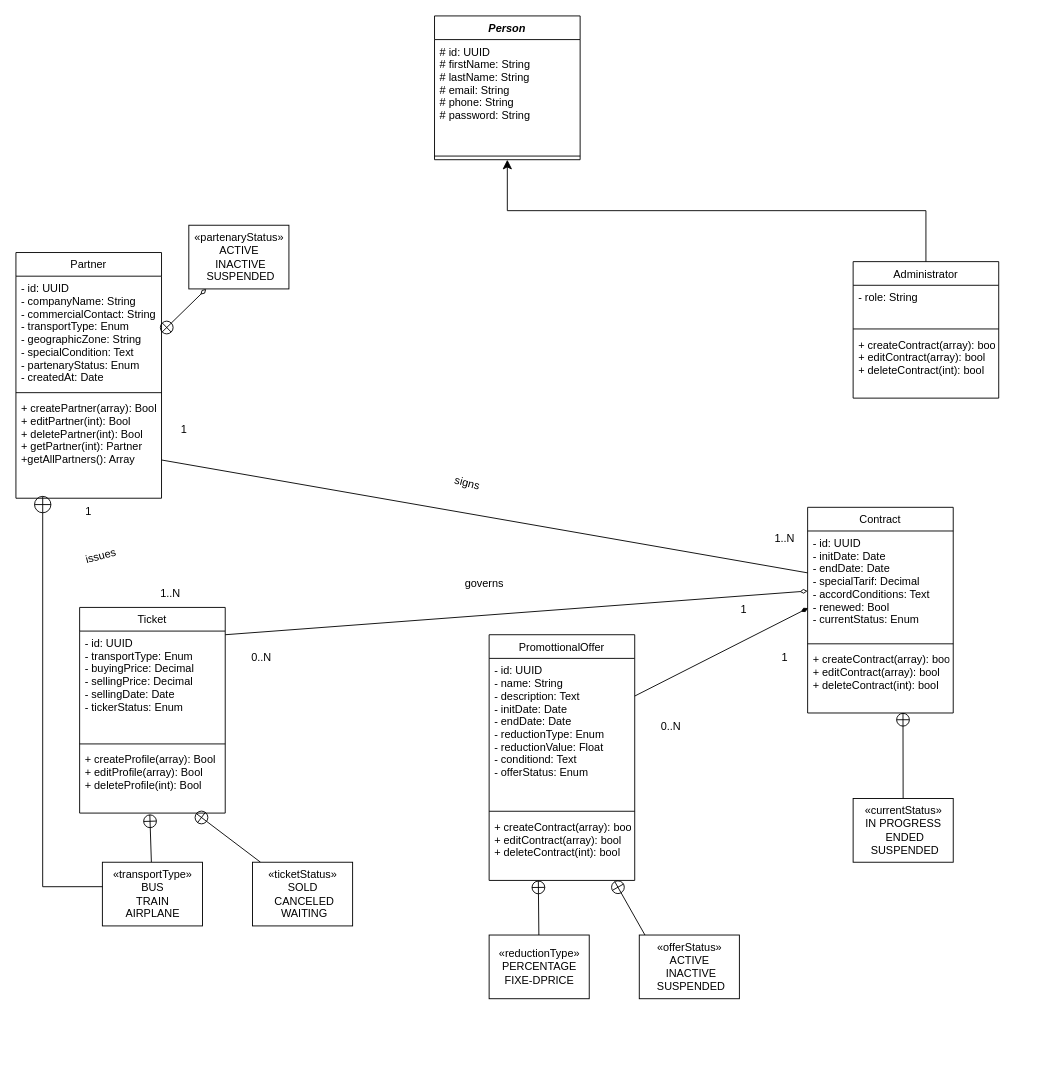
Before: UML/Class.dio in LoussalMohammed/TransportTicket_LoussalMohammed, a draw.io diagram. Source tidied: cells renumbered, new cells numbered last; positions are measured from the earlier drawing's top-left corner, leaving out a move shared by most shapes. Both pictures are drawn from the tidied source at 91%, with x=0, y=0 at pixel (15, 15).
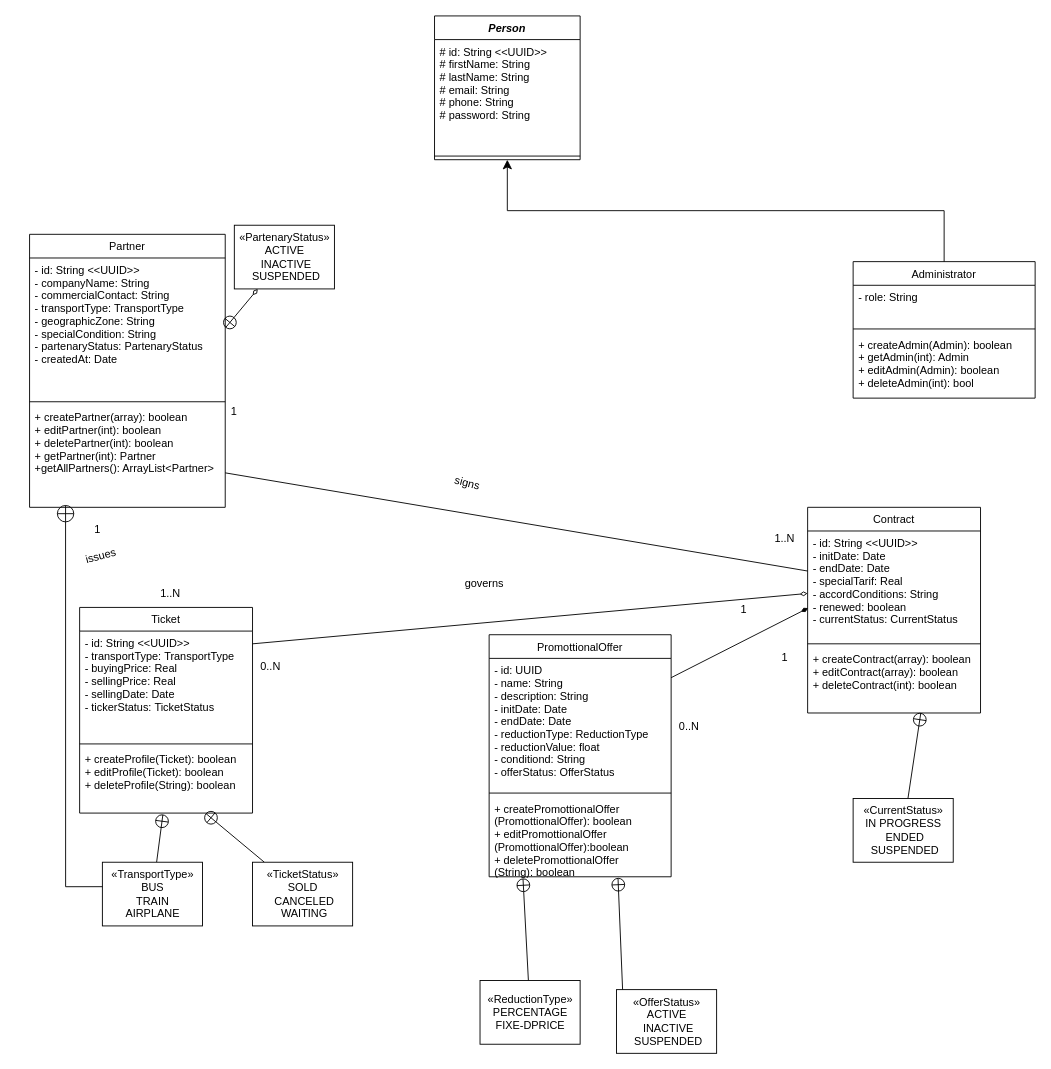
Above is the later version.

The change refers to these unchanged cells:
```xml
<mxCell id="2" value="Person" style="swimlane;fontStyle=3;align=center;verticalAlign=top;horizontal=1;startSize=26;" parent="1" vertex="1">
  <mxGeometry x="460" width="160" height="158" as="geometry" />
</mxCell>
```

Diff of the diagram source:
```diff
@@
-    <mxCell id="3" value="# id: UUID&#10;# firstName: String&#10;# lastName: String&#10;# email: String&#10;# phone: String&#10;# password: String" style="text;strokeColor=none;fillColor=none;align=left;verticalAlign=top;spacingLeft=4;spacingRight=4;overflow=hidden;" parent="2" vertex="1">
+    <mxCell id="3" value="# id: String &lt;&lt;UUID&gt;&gt;&#10;# firstName: String&#10;# lastName: String&#10;# email: String&#10;# phone: String&#10;# password: String" style="text;strokeColor=none;fillColor=none;align=left;verticalAlign=top;spacingLeft=4;spacingRight=4;overflow=hidden;" parent="2" vertex="1">
       <mxGeometry y="26" width="160" height="124" as="geometry" />
     </mxCell>
@@
     <mxCell id="5" value="Partner" style="swimlane;fontStyle=0;align=center;verticalAlign=top;horizontal=1;startSize=26;" parent="1" vertex="1">
-      <mxGeometry y="260" width="160" height="270" as="geometry" />
+      <mxGeometry x="15" y="240" width="215" height="300" as="geometry" />
     </mxCell>
-    <mxCell id="6" value="- id: UUID&#10;- companyName: String&#10;- commercialContact: String&#10;- transportType: Enum&#10;- geographicZone: String&#10;- specialCondition: Text&#10;- partenaryStatus: Enum&#10;- createdAt: Date" style="text;strokeColor=none;fillColor=none;align=left;verticalAlign=top;spacingLeft=4;spacingRight=4;overflow=hidden;points=[[0,0.5],[1,0.5]];portConstraint=eastwest;" parent="5" vertex="1">
-      <mxGeometry y="26" width="160" height="124" as="geometry" />
+    <mxCell id="6" value="- id: String &lt;&lt;UUID&gt;&gt;&#10;- companyName: String&#10;- commercialContact: String&#10;- transportType: TransportType&#10;- geographicZone: String&#10;- specialCondition: String&#10;- partenaryStatus: PartenaryStatus&#10;- createdAt: Date" style="text;strokeColor=none;fillColor=none;align=left;verticalAlign=top;spacingLeft=4;spacingRight=4;overflow=hidden;points=[[0,0.5],[1,0.5]];portConstraint=eastwest;" parent="5" vertex="1">
+      <mxGeometry y="26" width="215" height="154" as="geometry" />
     </mxCell>
     <mxCell id="7" style="line;strokeWidth=1;fillColor=none;align=left;verticalAlign=middle;spacingTop=-1;spacingLeft=3;spacingRight=3;labelPosition=right;strokeColor=inherit;" parent="5" vertex="1">
-      <mxGeometry y="150" width="160" height="8" as="geometry" />
+      <mxGeometry y="180" width="215" height="8" as="geometry" />
     </mxCell>
-    <mxCell id="8" value="+ createPartner(array): Bool&#10;+ editPartner(int): Bool&#10;+ deletePartner(int): Bool&#10;+ getPartner(int): Partner&#10;+getAllPartners(): Array" style="text;strokeColor=none;fillColor=none;align=left;verticalAlign=top;spacingLeft=4;spacingRight=4;overflow=hidden;points=[[0,0.5],[1,0.5]];portConstraint=eastwest;" parent="5" vertex="1">
-      <mxGeometry y="158" width="160" height="112" as="geometry" />
+    <mxCell id="8" value="+ createPartner(array): boolean&#10;+ editPartner(int): boolean&#10;+ deletePartner(int): boolean&#10;+ getPartner(int): Partner&#10;+getAllPartners(): ArrayList&lt;Partner&gt;" style="text;strokeColor=none;fillColor=none;align=left;verticalAlign=top;spacingLeft=4;spacingRight=4;overflow=hidden;points=[[0,0.5],[1,0.5]];portConstraint=eastwest;" parent="5" vertex="1">
+      <mxGeometry y="188" width="215" height="112" as="geometry" />
     </mxCell>
     <mxCell id="9" value="Ticket" style="swimlane;fontStyle=0;align=center;verticalAlign=top;horizontal=1;startSize=26;" parent="1" vertex="1">
-      <mxGeometry x="70" y="650" width="160" height="226" as="geometry" />
+      <mxGeometry x="70" y="650" width="190" height="226" as="geometry" />
     </mxCell>
-    <mxCell id="10" value="- id: UUID&#10;- transportType: Enum&#10;- buyingPrice: Decimal&#10;- sellingPrice: Decimal&#10;- sellingDate: Date&#10;- tickerStatus: Enum" style="text;strokeColor=none;fillColor=none;align=left;verticalAlign=top;spacingLeft=4;spacingRight=4;overflow=hidden;" parent="9" vertex="1">
-      <mxGeometry y="26" width="160" height="120" as="geometry" />
+    <mxCell id="10" value="- id: String &lt;&lt;UUID&gt;&gt;&#10;- transportType: TransportType&#10;- buyingPrice: Real&#10;- sellingPrice: Real&#10;- sellingDate: Date&#10;- tickerStatus: TicketStatus" style="text;strokeColor=none;fillColor=none;align=left;verticalAlign=top;spacingLeft=4;spacingRight=4;overflow=hidden;" parent="9" vertex="1">
+      <mxGeometry y="26" width="190" height="120" as="geometry" />
     </mxCell>
     <mxCell id="11" style="line;strokeWidth=1;fillColor=none;align=left;verticalAlign=middle;spacingTop=-1;spacingLeft=3;spacingRight=3;labelPosition=right;strokeColor=inherit;" parent="9" vertex="1">
-      <mxGeometry y="146" width="160" height="8" as="geometry" />
+      <mxGeometry y="146" width="190" height="8" as="geometry" />
     </mxCell>
-    <mxCell id="12" value="+ createProfile(array): Bool&#10;+ editProfile(array): Bool&#10;+ deleteProfile(int): Bool&#10;" style="text;strokeColor=none;fillColor=none;align=left;verticalAlign=top;spacingLeft=4;spacingRight=4;overflow=hidden;points=[[0,0.5],[1,0.5]];portConstraint=eastwest;" parent="9" vertex="1">
-      <mxGeometry y="154" width="160" height="72" as="geometry" />
+    <mxCell id="12" value="+ createProfile(Ticket): boolean&#10;+ editProfile(Ticket): boolean&#10;+ deleteProfile(String): boolean&#10;" style="text;strokeColor=none;fillColor=none;align=left;verticalAlign=top;spacingLeft=4;spacingRight=4;overflow=hidden;points=[[0,0.5],[1,0.5]];portConstraint=eastwest;" parent="9" vertex="1">
+      <mxGeometry y="154" width="190" height="72" as="geometry" />
     </mxCell>
     <mxCell id="13" value="Contract" style="swimlane;fontStyle=0;align=center;verticalAlign=top;horizontal=1;startSize=26;" parent="1" vertex="1">
-      <mxGeometry x="870" y="540" width="160" height="226" as="geometry" />
+      <mxGeometry x="870" y="540" width="190" height="226" as="geometry" />
     </mxCell>
-    <mxCell id="14" value="- id: UUID&#10;- initDate: Date&#10;- endDate: Date&#10;- specialTarif: Decimal&#10;- accordConditions: Text&#10;- renewed: Bool&#10;- currentStatus: Enum" style="text;strokeColor=none;fillColor=none;align=left;verticalAlign=top;spacingLeft=4;spacingRight=4;overflow=hidden;points=[[0,0.5],[1,0.5]];portConstraint=eastwest;" parent="13" vertex="1">
-      <mxGeometry y="26" width="160" height="120" as="geometry" />
+    <mxCell id="14" value="- id: String &lt;&lt;UUID&gt;&gt;&#10;- initDate: Date&#10;- endDate: Date&#10;- specialTarif: Real&#10;- accordConditions: String&#10;- renewed: boolean&#10;- currentStatus: CurrentStatus" style="text;strokeColor=none;fillColor=none;align=left;verticalAlign=top;spacingLeft=4;spacingRight=4;overflow=hidden;points=[[0,0.5],[1,0.5]];portConstraint=eastwest;" parent="13" vertex="1">
+      <mxGeometry y="26" width="190" height="120" as="geometry" />
     </mxCell>
     <mxCell id="15" style="line;strokeWidth=1;fillColor=none;align=left;verticalAlign=middle;spacingTop=-1;spacingLeft=3;spacingRight=3;labelPosition=right;strokeColor=inherit;" parent="13" vertex="1">
-      <mxGeometry y="146" width="160" height="8" as="geometry" />
+      <mxGeometry y="146" width="190" height="8" as="geometry" />
     </mxCell>
-    <mxCell id="16" value="+ createContract(array): bool&#10;+ editContract(array): bool&#10;+ deleteContract(int): bool&#10;" style="text;strokeColor=none;fillColor=none;align=left;verticalAlign=top;spacingLeft=4;spacingRight=4;overflow=hidden;points=[[0,0.5],[1,0.5]];portConstraint=eastwest;" parent="13" vertex="1">
-      <mxGeometry y="154" width="160" height="72" as="geometry" />
+    <mxCell id="16" value="+ createContract(array): boolean&#10;+ editContract(array): boolean&#10;+ deleteContract(int): boolean&#10;" style="text;strokeColor=none;fillColor=none;align=left;verticalAlign=top;spacingLeft=4;spacingRight=4;overflow=hidden;points=[[0,0.5],[1,0.5]];portConstraint=eastwest;" parent="13" vertex="1">
+      <mxGeometry y="154" width="190" height="72" as="geometry" />
     </mxCell>
     <mxCell id="17" value="PromottionalOffer" style="swimlane;fontStyle=0;align=center;verticalAlign=top;horizontal=1;startSize=26;" parent="1" vertex="1">
-      <mxGeometry x="520" y="680" width="160" height="270" as="geometry" />
+      <mxGeometry x="520" y="680" width="200" height="266" as="geometry" />
     </mxCell>
-    <mxCell id="18" value="- id: UUID&#10;- name: String&#10;- description: Text&#10;- initDate: Date&#10;- endDate: Date&#10;- reductionType: Enum&#10;- reductionValue: Float&#10;- conditiond: Text&#10;- offerStatus: Enum" style="text;strokeColor=none;fillColor=none;align=left;verticalAlign=top;spacingLeft=4;spacingRight=4;overflow=hidden;points=[[0,0.5],[1,0.5]];portConstraint=eastwest;" parent="17" vertex="1">
-      <mxGeometry y="26" width="160" height="164" as="geometry" />
+    <mxCell id="18" value="- id: UUID&#10;- name: String&#10;- description: String&#10;- initDate: Date&#10;- endDate: Date&#10;- reductionType: ReductionType&#10;- reductionValue: float&#10;- conditiond: String&#10;- offerStatus: OfferStatus" style="text;strokeColor=none;fillColor=none;align=left;verticalAlign=top;spacingLeft=4;spacingRight=4;overflow=hidden;points=[[0,0.5],[1,0.5]];portConstraint=eastwest;" parent="17" vertex="1">
+      <mxGeometry y="26" width="200" height="144" as="geometry" />
     </mxCell>
     <mxCell id="19" style="line;strokeWidth=1;fillColor=none;align=left;verticalAlign=middle;spacingTop=-1;spacingLeft=3;spacingRight=3;labelPosition=right;strokeColor=inherit;" parent="17" vertex="1">
-      <mxGeometry y="190" width="160" height="8" as="geometry" />
+      <mxGeometry y="170" width="200" height="8" as="geometry" />
     </mxCell>
-    <mxCell id="20" value="+ createContract(array): bool&#10;+ editContract(array): bool&#10;+ deleteContract(int): bool&#10;" style="text;strokeColor=none;fillColor=none;align=left;verticalAlign=top;spacingLeft=4;spacingRight=4;overflow=hidden;points=[[0,0.5],[1,0.5]];portConstraint=eastwest;" parent="17" vertex="1">
-      <mxGeometry y="198" width="160" height="72" as="geometry" />
+    <mxCell id="20" value="+ createPromottionalOffer&#10;(PromottionalOffer): boolean&#10;+ editPromottionalOffer&#10;(PromottionalOffer):boolean&#10;+ deletePromottionalOffer&#10;(String): boolean&#10;" style="text;strokeColor=none;fillColor=none;align=left;verticalAlign=top;spacingLeft=4;spacingRight=4;overflow=hidden;points=[[0,0.5],[1,0.5]];portConstraint=eastwest;" parent="17" vertex="1">
+      <mxGeometry y="178" width="200" height="88" as="geometry" />
     </mxCell>
@@
-    <mxCell id="23" value="«transportType»&lt;br&gt;BUS&lt;br&gt;TRAIN&lt;br&gt;&lt;div style=&quot;text-align: center;&quot;&gt;&lt;span style=&quot;text-align: start; background-color: initial;&quot;&gt;AIRPLANE&lt;/span&gt;&lt;/div&gt;" style="html=1;" parent="1" vertex="1">
+    <mxCell id="23" value="«TransportType»&lt;br&gt;BUS&lt;br&gt;TRAIN&lt;br&gt;&lt;div style=&quot;text-align: center;&quot;&gt;&lt;span style=&quot;text-align: start; background-color: initial;&quot;&gt;AIRPLANE&lt;/span&gt;&lt;/div&gt;" style="html=1;" parent="1" vertex="1">
       <mxGeometry x="95" y="930" width="110" height="70" as="geometry" />
     </mxCell>
@@
-    <mxCell id="25" value="«ticketStatus»&lt;br&gt;SOLD&lt;br&gt;&amp;nbsp;CANCELED&lt;br&gt;&amp;nbsp;WAITING" style="html=1;" parent="1" vertex="1">
+    <mxCell id="25" value="«TicketStatus»&lt;br&gt;SOLD&lt;br&gt;&amp;nbsp;CANCELED&lt;br&gt;&amp;nbsp;WAITING" style="html=1;" parent="1" vertex="1">
       <mxGeometry x="260" y="930" width="110" height="70" as="geometry" />
     </mxCell>
-    <mxCell id="26" style="edgeStyle=none;html=1;entryX=0.338;entryY=0.996;entryDx=0;entryDy=0;entryPerimeter=0;startArrow=none;startFill=0;endArrow=circlePlus;endFill=0;" parent="1" edge="1" source="27" target="20">
+    <mxCell id="26" style="edgeStyle=none;html=1;startArrow=none;startFill=0;endArrow=circlePlus;endFill=0;entryX=0.186;entryY=1.015;entryDx=0;entryDy=0;entryPerimeter=0;" parent="1" edge="1" source="27" target="20">
       <mxGeometry relative="1" as="geometry" />
     </mxCell>
-    <mxCell id="27" value="«reductionType»&lt;br&gt;PERCENTAGE&lt;br&gt;&lt;div style=&quot;text-align: center;&quot;&gt;&lt;span style=&quot;text-align: start; background-color: initial;&quot;&gt;FIXE-DPRICE&lt;/span&gt;&lt;/div&gt;" style="html=1;" parent="1" vertex="1">
-      <mxGeometry x="520" y="1010" width="110" height="70" as="geometry" />
+    <mxCell id="27" value="«ReductionType»&lt;br&gt;PERCENTAGE&lt;br&gt;&lt;div style=&quot;text-align: center;&quot;&gt;&lt;span style=&quot;text-align: start; background-color: initial;&quot;&gt;FIXE-DPRICE&lt;/span&gt;&lt;/div&gt;" style="html=1;" parent="1" vertex="1">
+      <mxGeometry x="510" y="1060" width="110" height="70" as="geometry" />
     </mxCell>
-    <mxCell id="28" style="edgeStyle=none;html=1;entryX=0.86;entryY=1.007;entryDx=0;entryDy=0;entryPerimeter=0;startArrow=none;startFill=0;endArrow=circlePlus;endFill=0;exitX=0.061;exitY=0.012;exitDx=0;exitDy=0;exitPerimeter=0;" parent="1" edge="1" source="29" target="20">
+    <mxCell id="28" style="edgeStyle=none;html=1;startArrow=none;startFill=0;endArrow=circlePlus;endFill=0;exitX=0.061;exitY=0.012;exitDx=0;exitDy=0;exitPerimeter=0;entryX=0.708;entryY=1.008;entryDx=0;entryDy=0;entryPerimeter=0;" parent="1" edge="1" source="29" target="20">
       <mxGeometry relative="1" as="geometry" />
     </mxCell>
-    <mxCell id="29" value="«offerStatus»&lt;br&gt;ACTIVE&lt;br&gt;&amp;nbsp;INACTIVE&lt;br&gt;&amp;nbsp;SUSPENDED" style="html=1;" parent="1" vertex="1">
-      <mxGeometry x="685" y="1010" width="110" height="70" as="geometry" />
+    <mxCell id="29" value="«OfferStatus»&lt;br&gt;ACTIVE&lt;br&gt;&amp;nbsp;INACTIVE&lt;br&gt;&amp;nbsp;SUSPENDED" style="html=1;" parent="1" vertex="1">
+      <mxGeometry x="660" y="1070" width="110" height="70" as="geometry" />
     </mxCell>
@@
     <mxCell id="31" value="Administrator" style="swimlane;fontStyle=0;align=center;verticalAlign=top;horizontal=1;startSize=26;" parent="1" vertex="1">
-      <mxGeometry x="920" y="270" width="160" height="150" as="geometry" />
+      <mxGeometry x="920" y="270" width="200" height="150" as="geometry" />
     </mxCell>
     <mxCell id="32" value="- role: String" style="text;strokeColor=none;fillColor=none;align=left;verticalAlign=top;spacingLeft=4;spacingRight=4;overflow=hidden;" parent="31" vertex="1">
-      <mxGeometry y="26" width="160" height="44" as="geometry" />
+      <mxGeometry y="26" width="200" height="44" as="geometry" />
     </mxCell>
     <mxCell id="33" style="line;strokeWidth=1;fillColor=none;align=left;verticalAlign=middle;spacingTop=-1;spacingLeft=3;spacingRight=3;labelPosition=right;strokeColor=inherit;" parent="31" vertex="1">
-      <mxGeometry y="70" width="160" height="8" as="geometry" />
+      <mxGeometry y="70" width="200" height="8" as="geometry" />
     </mxCell>
-    <mxCell id="34" value="+ createContract(array): bool&#10;+ editContract(array): bool&#10;+ deleteContract(int): bool&#10;" style="text;strokeColor=none;fillColor=none;align=left;verticalAlign=top;spacingLeft=4;spacingRight=4;overflow=hidden;" parent="31" vertex="1">
-      <mxGeometry y="78" width="160" height="72" as="geometry" />
+    <mxCell id="34" value="+ createAdmin(Admin): boolean&#10;+ getAdmin(int): Admin&#10;+ editAdmin(Admin): boolean&#10;+ deleteAdmin(int): bool&#10;" style="text;strokeColor=none;fillColor=none;align=left;verticalAlign=top;spacingLeft=4;spacingRight=4;overflow=hidden;" parent="31" vertex="1">
+      <mxGeometry y="78" width="200" height="72" as="geometry" />
     </mxCell>
@@
     <mxCell id="36" style="edgeStyle=none;html=1;startArrow=diamondThin;startFill=0;endArrow=none;endFill=0;" parent="1" edge="1" source="14">
       <mxGeometry relative="1" as="geometry">
-        <mxPoint x="230" y="680" as="targetPoint" />
+        <mxPoint x="260" y="690" as="targetPoint" />
       </mxGeometry>
     </mxCell>
@@
-    <mxCell id="38" value="«currentStatus»&lt;br&gt;IN PROGRESS&lt;br&gt;&amp;nbsp;ENDED&lt;br&gt;&amp;nbsp;SUSPENDED" style="html=1;" parent="1" vertex="1">
+    <mxCell id="38" value="«CurrentStatus»&lt;br&gt;IN PROGRESS&lt;br&gt;&amp;nbsp;ENDED&lt;br&gt;&amp;nbsp;SUSPENDED" style="html=1;" parent="1" vertex="1">
       <mxGeometry x="920" y="860" width="110" height="70" as="geometry" />
     </mxCell>
@@
     <mxCell id="41" value="1" style="text;html=1;strokeColor=none;fillColor=none;align=center;verticalAlign=middle;whiteSpace=wrap;rounded=0;" parent="1" vertex="1">
-      <mxGeometry x="50" y="530" width="60" height="30" as="geometry" />
+      <mxGeometry x="60" y="550" width="60" height="30" as="geometry" />
     </mxCell>
@@
     <mxCell id="44" value="1" style="text;html=1;strokeColor=none;fillColor=none;align=center;verticalAlign=middle;whiteSpace=wrap;rounded=0;" parent="1" vertex="1">
-      <mxGeometry x="150" y="440" width="70" height="30" as="geometry" />
+      <mxGeometry x="205" y="420" width="70" height="30" as="geometry" />
     </mxCell>
@@
-    <mxCell id="48" value="«partenaryStatus»&lt;br&gt;ACTIVE&lt;br&gt;&amp;nbsp;INACTIVE&lt;br&gt;&amp;nbsp;SUSPENDED" style="html=1;" parent="1" vertex="1">
-      <mxGeometry x="190" y="230" width="110" height="70" as="geometry" />
+    <mxCell id="48" value="«PartenaryStatus»&lt;br&gt;ACTIVE&lt;br&gt;&amp;nbsp;INACTIVE&lt;br&gt;&amp;nbsp;SUSPENDED" style="html=1;" parent="1" vertex="1">
+      <mxGeometry x="240" y="230" width="110" height="70" as="geometry" />
     </mxCell>
     <mxCell id="49" value="0..N" style="text;html=1;strokeColor=none;fillColor=none;align=center;verticalAlign=middle;whiteSpace=wrap;rounded=0;" parent="1" vertex="1">
-      <mxGeometry x="240" y="690" width="60" height="30" as="geometry" />
+      <mxGeometry x="250" y="700" width="60" height="30" as="geometry" />
     </mxCell>
@@
     <mxCell id="51" value="0..N" style="text;html=1;strokeColor=none;fillColor=none;align=center;verticalAlign=middle;whiteSpace=wrap;rounded=0;" parent="1" vertex="1">
-      <mxGeometry x="690" y="766" width="60" height="30" as="geometry" />
+      <mxGeometry x="710" y="766" width="60" height="30" as="geometry" />
     </mxCell>
```
